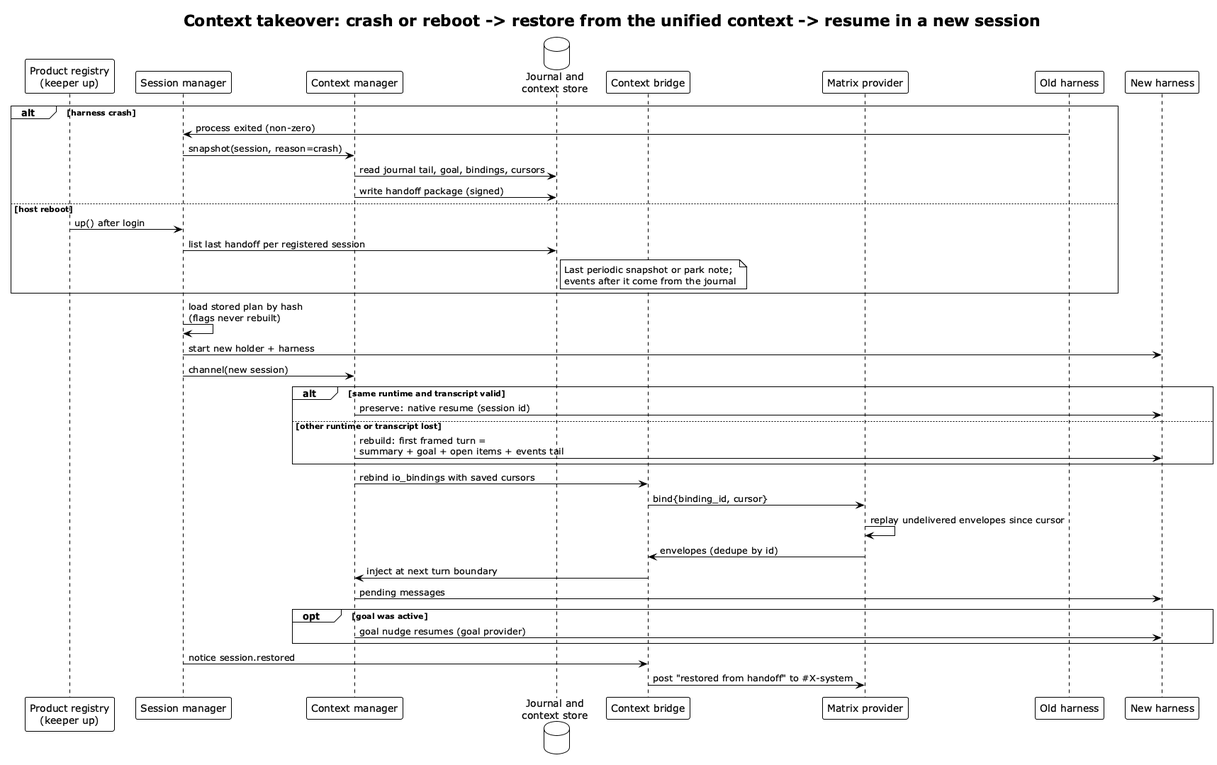
Above: diagrams/artefacts/plantuml/context-takeover.png in relux-works/swarm-platform-architecture (PlantUML), before the change.
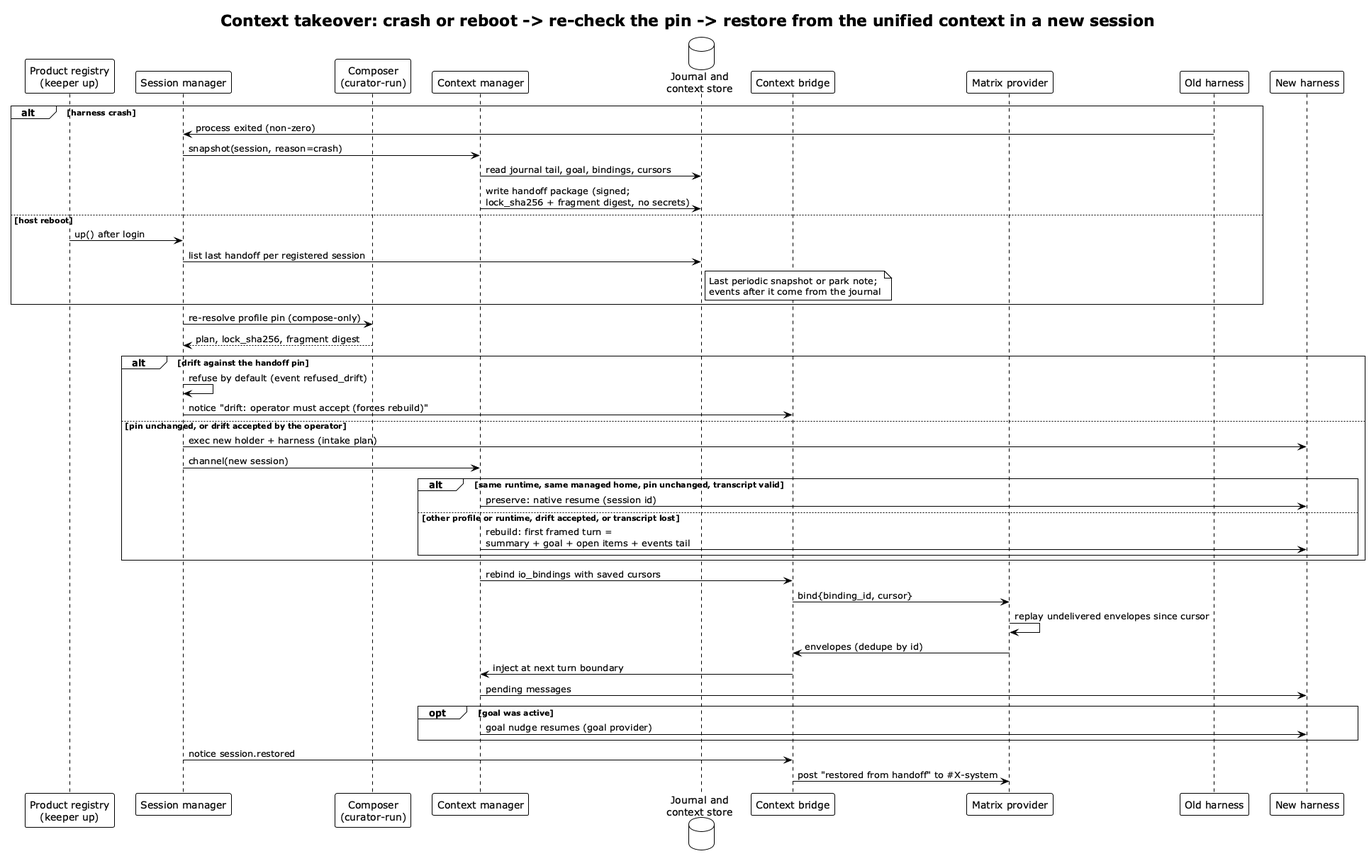
Later version of the same file.

Diff of the diagram source:
```diff
@@ -1,9 +1,10 @@
 @startuml context-takeover
 !theme plain
-title Context takeover: crash or reboot -> restore from the unified context -> resume in a new session
+title Context takeover: crash or reboot -> re-check the pin -> restore from the unified context in a new session
 
 participant "Product registry\n(keeper up)" as Reg
 participant "Session manager" as SM
+participant "Composer\n(curator-run)" as C
 participant "Context manager" as CM
 database "Journal and\ncontext store" as JS
 participant "Context bridge" as BR
@@ -15,7 +16,7 @@
   H1 -> SM: process exited (non-zero)
   SM -> CM: snapshot(session, reason=crash)
   CM -> JS: read journal tail, goal, bindings, cursors
-  CM -> JS: write handoff package (signed)
+  CM -> JS: write handoff package (signed;\nlock_sha256 + fragment digest, no secrets)
 else host reboot
   Reg -> SM: up() after login
   SM -> JS: list last handoff per registered session
@@ -25,14 +26,19 @@
   end note
 end
 
-SM -> SM: load stored plan by hash\n(flags never rebuilt)
-SM -> H2: start new holder + harness
-SM -> CM: channel(new session)
-
-alt same runtime and transcript valid
-  CM -> H2: preserve: native resume (session id)
-else other runtime or transcript lost
-  CM -> H2: rebuild: first framed turn =\nsummary + goal + open items + events tail
+SM -> C: re-resolve profile pin (compose-only)
+C --> SM: plan, lock_sha256, fragment digest
+alt drift against the handoff pin
+  SM -> SM: refuse by default (event refused_drift)
+  SM -> BR: notice "drift: operator must accept (forces rebuild)"
+else pin unchanged, or drift accepted by the operator
+  SM -> H2: exec new holder + harness (intake plan)
+  SM -> CM: channel(new session)
+  alt same runtime, same managed home, pin unchanged, transcript valid
+    CM -> H2: preserve: native resume (session id)
+  else other profile or runtime, drift accepted, or transcript lost
+    CM -> H2: rebuild: first framed turn =\nsummary + goal + open items + events tail
+  end
 end
 
 CM -> BR: rebind io_bindings with saved cursors
```
